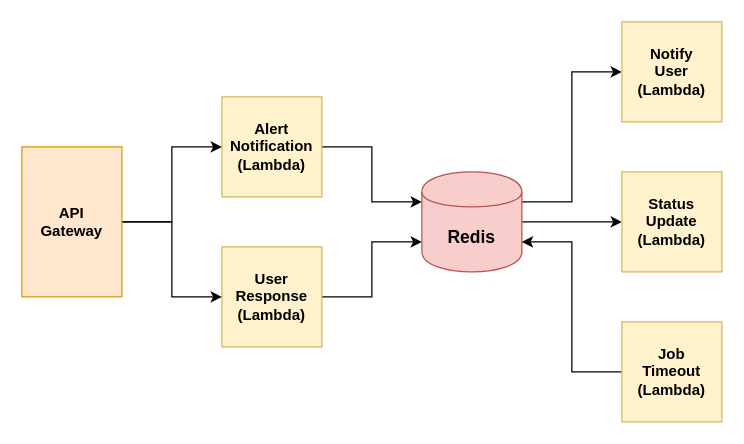
Above: docs/diagrams/web_server_architecture.drawio in mozilla/MozDef-Triage-Bot (draw.io), before the change. Source tidied: cells renumbered, new cells numbered last; positions are measured from the earlier drawing's top-left corner, leaving out a move shared by most shapes. Both pictures are drawn from the tidied source at 125%, with x=0, y=0 at pixel (21, 21).
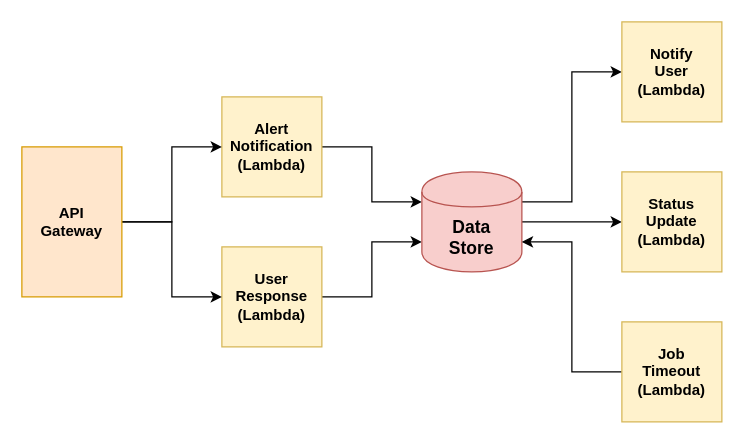
After the change.

Commit message (it also covers changes not shown here):
Replace 'Redis' with more generic 'Data Store'

The edit, as a diff of the source:
```diff
@@
 <mxGraphModel>
   <root>
     <mxCell id="0" />
     <mxCell id="1" parent="0" />
     <mxCell id="2" style="edgeStyle=orthogonalEdgeStyle;rounded=0;jettySize=auto;html=1;exitX=1;exitY=0.5;exitDx=0;exitDy=0;entryX=0;entryY=0.3;entryDx=0;entryDy=0;" parent="1" edge="1" source="3" target="8">
       <mxGeometry relative="1" as="geometry" />
     </mxCell>
     <mxCell id="3" value="Alert&lt;br&gt;Notification&lt;br&gt;(Lambda)" style="whiteSpace=wrap;html=1;fillColor=#fff2cc;strokeColor=#d6b656;fontStyle=1;" parent="1" vertex="1">
       <mxGeometry x="160" y="60" width="80" height="80" as="geometry" />
     </mxCell>
     <mxCell id="4" style="edgeStyle=orthogonalEdgeStyle;rounded=0;jettySize=auto;html=1;exitX=1;exitY=0.5;exitDx=0;exitDy=0;entryX=0;entryY=0.7;entryDx=0;entryDy=0;startArrow=none;startFill=0;" parent="1" edge="1" source="5" target="8">
       <mxGeometry relative="1" as="geometry" />
     </mxCell>
     <mxCell id="5" value="User&lt;br&gt;Response&lt;br&gt;(Lambda)" style="whiteSpace=wrap;html=1;fillColor=#fff2cc;strokeColor=#d6b656;fontStyle=1;" parent="1" vertex="1">
       <mxGeometry x="160" y="180" width="80" height="80" as="geometry" />
     </mxCell>
     <mxCell id="6" style="edgeStyle=orthogonalEdgeStyle;rounded=0;jettySize=auto;html=1;exitX=1;exitY=0.3;exitDx=0;exitDy=0;entryX=0;entryY=0.5;entryDx=0;entryDy=0;startArrow=none;startFill=0;" parent="1" edge="1" source="8" target="9">
       <mxGeometry relative="1" as="geometry" />
     </mxCell>
     <mxCell id="7" style="edgeStyle=orthogonalEdgeStyle;rounded=0;jettySize=auto;html=1;exitX=1;exitY=0.5;exitDx=0;exitDy=0;entryX=0;entryY=0.5;entryDx=0;entryDy=0;startArrow=none;startFill=0;" parent="1" edge="1" source="8" target="15">
       <mxGeometry relative="1" as="geometry" />
     </mxCell>
-    <mxCell id="8" value="Redis" style="shape=cylinder;whiteSpace=wrap;html=1;boundedLbl=1;backgroundOutline=1;fontSize=14;fontStyle=1;fillColor=#f8cecc;strokeColor=#b85450;" parent="1" vertex="1">
+    <mxCell id="8" value="Data&lt;br&gt;Store" style="shape=cylinder;whiteSpace=wrap;html=1;boundedLbl=1;backgroundOutline=1;fontSize=14;fontStyle=1;fillColor=#f8cecc;strokeColor=#b85450;" parent="1" vertex="1">
       <mxGeometry x="320" y="120" width="80" height="80" as="geometry" />
     </mxCell>
     <mxCell id="9" value="Notify&lt;br&gt;User&lt;br&gt;(Lambda)" style="whiteSpace=wrap;html=1;fillColor=#fff2cc;strokeColor=#d6b656;fontStyle=1;" parent="1" vertex="1">
       <mxGeometry x="480" width="80" height="80" as="geometry" />
     </mxCell>
     <mxCell id="10" style="edgeStyle=orthogonalEdgeStyle;rounded=0;jettySize=auto;html=1;exitX=0;exitY=0.5;exitDx=0;exitDy=0;entryX=1;entryY=0.7;entryDx=0;entryDy=0;startArrow=none;startFill=0;" parent="1" edge="1" source="11" target="8">
       <mxGeometry relative="1" as="geometry" />
     </mxCell>
     <mxCell id="11" value="Job&lt;br&gt;Timeout&lt;br&gt;(Lambda)" style="whiteSpace=wrap;html=1;fillColor=#fff2cc;strokeColor=#d6b656;fontStyle=1;" parent="1" vertex="1">
       <mxGeometry x="480" y="240" width="80" height="80" as="geometry" />
     </mxCell>
     <mxCell id="12" style="edgeStyle=orthogonalEdgeStyle;rounded=0;jettySize=auto;html=1;exitX=1;exitY=0.5;exitDx=0;exitDy=0;entryX=0;entryY=0.5;entryDx=0;entryDy=0;" parent="1" edge="1" source="14" target="3">
       <mxGeometry relative="1" as="geometry" />
     </mxCell>
     <mxCell id="13" style="edgeStyle=orthogonalEdgeStyle;rounded=0;jettySize=auto;html=1;exitX=1;exitY=0.5;exitDx=0;exitDy=0;entryX=0;entryY=0.5;entryDx=0;entryDy=0;" parent="1" edge="1" source="14" target="5">
       <mxGeometry relative="1" as="geometry" />
     </mxCell>
     <mxCell id="14" value="API&lt;br&gt;Gateway" style="rounded=0;whiteSpace=wrap;html=1;fontStyle=1;fillColor=#ffe6cc;strokeColor=#d79b00;" parent="1" vertex="1">
       <mxGeometry y="100" width="80" height="120" as="geometry" />
     </mxCell>
     <mxCell id="15" value="Status&lt;br&gt;Update&lt;br&gt;(Lambda)" style="whiteSpace=wrap;html=1;fillColor=#fff2cc;strokeColor=#d6b656;fontStyle=1;" parent="1" vertex="1">
       <mxGeometry x="480" y="120" width="80" height="80" as="geometry" />
     </mxCell>
   </root>
 </mxGraphModel>
```
